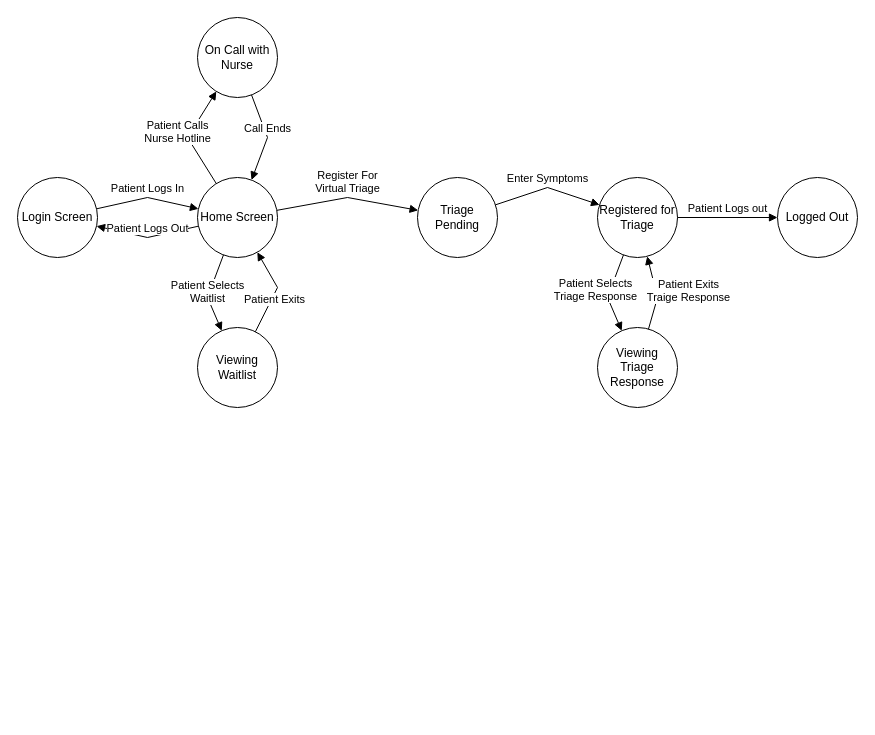
Above: OliverWork/Milestone2/PatientStateDiagram.drawio in SENG-350-2024-fall/Team9 (draw.io), before the change. Source tidied: cells renumbered, new cells numbered last; positions are measured from the earlier drawing's top-left corner, leaving out a move shared by most shapes. Both pictures are drawn from the tidied source at 100%, with x=0, y=0 at pixel (17, 17).
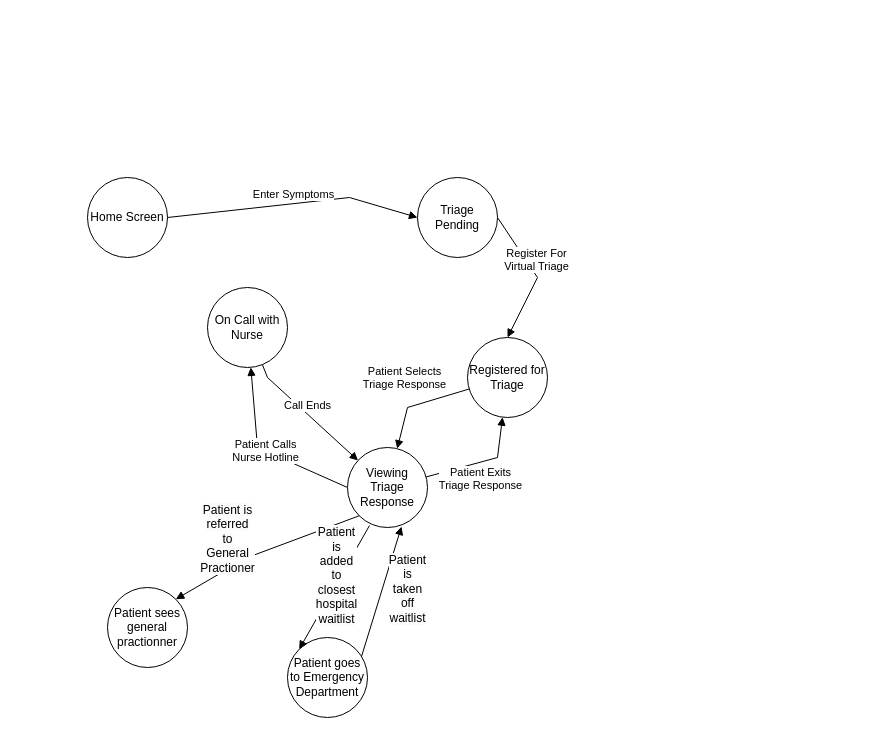
After the change.

Unchanged cells that the change refers to:
```xml
<mxCell id="13" value="Triage Pending" style="ellipse;whiteSpace=wrap;html=1;" parent="1" vertex="1">
  <mxGeometry x="400" y="160" width="80" height="80" as="geometry" />
</mxCell>
```

The edit, as a diff of the source:
```diff
@@
-    <mxCell id="2" value="Login Screen" style="ellipse;whiteSpace=wrap;html=1;" parent="1" vertex="1">
-      <mxGeometry y="160" width="80" height="80" as="geometry" />
-    </mxCell>
     <mxCell id="3" value="Home Screen" style="ellipse;whiteSpace=wrap;html=1;" parent="1" vertex="1">
-      <mxGeometry x="180" y="160" width="80" height="80" as="geometry" />
+      <mxGeometry x="70" y="160" width="80" height="80" as="geometry" />
     </mxCell>
-    <mxCell id="4" value="Patient Logs In" style="html=1;verticalAlign=bottom;endArrow=block;curved=0;rounded=0;" parent="1" edge="1" source="2" target="3">
-      <mxGeometry relative="1" as="geometry">
-        <Array as="points">
-          <mxPoint x="130" y="180" />
-        </Array>
-      </mxGeometry>
-    </mxCell>
-    <mxCell id="5" value="Patient Logs Out" style="html=1;verticalAlign=bottom;endArrow=block;curved=0;rounded=0;" parent="1" edge="1" source="3" target="2">
-      <mxGeometry relative="1" as="geometry">
-        <Array as="points">
-          <mxPoint x="130" y="220" />
-        </Array>
-      </mxGeometry>
-    </mxCell>
-    <mxCell id="6" value="Viewing Waitlist" style="ellipse;whiteSpace=wrap;html=1;" parent="1" vertex="1">
-      <mxGeometry x="180" y="310" width="80" height="80" as="geometry" />
-    </mxCell>
-    <mxCell id="7" value="Patient Selects&lt;div&gt;Waitlist&lt;/div&gt;" style="html=1;verticalAlign=bottom;endArrow=block;curved=0;rounded=0;" parent="1" edge="1" source="3" target="6">
-      <mxGeometry x="0.34" y="-4" relative="1" as="geometry">
-        <Array as="points">
-          <mxPoint x="190" y="280" />
-        </Array>
-      </mxGeometry>
-    </mxCell>
-    <mxCell id="8" value="Patient Exits" style="html=1;verticalAlign=bottom;endArrow=block;curved=0;rounded=0;" parent="1" edge="1" source="6" target="3">
-      <mxGeometry x="-0.35" y="-7" relative="1" as="geometry">
-        <Array as="points">
-          <mxPoint x="260" y="270" />
-        </Array>
-      </mxGeometry>
-    </mxCell>
     <mxCell id="9" value="On Call with Nurse" style="ellipse;whiteSpace=wrap;html=1;" parent="1" vertex="1">
-      <mxGeometry x="180" width="80" height="80" as="geometry" />
+      <mxGeometry x="190" y="270" width="80" height="80" as="geometry" />
     </mxCell>
-    <mxCell id="10" value="Patient Calls&lt;div&gt;Nurse Hotline&lt;/div&gt;" style="html=1;verticalAlign=bottom;endArrow=block;curved=0;rounded=0;" parent="1" edge="1" source="3" target="9">
+    <mxCell id="10" value="Patient Calls&lt;div&gt;Nurse Hotline&lt;/div&gt;" style="html=1;verticalAlign=bottom;endArrow=block;curved=0;rounded=0;exitX=0;exitY=0.5;exitDx=0;exitDy=0;" parent="1" edge="1" source="16" target="9">
       <mxGeometry x="-0.06" y="14" relative="1" as="geometry">
         <Array as="points">
-          <mxPoint x="170" y="120" />
+          <mxPoint x="240" y="430" />
         </Array>
       </mxGeometry>
     </mxCell>
-    <mxCell id="11" value="Call Ends" style="html=1;verticalAlign=bottom;endArrow=block;curved=0;rounded=0;" parent="1" edge="1" source="9" target="3">
+    <mxCell id="11" value="Call Ends" style="html=1;verticalAlign=bottom;endArrow=block;curved=0;rounded=0;" parent="1" edge="1" source="9" target="16">
       <mxGeometry relative="1" as="geometry">
         <Array as="points">
-          <mxPoint x="250" y="120" />
+          <mxPoint x="250" y="360" />
         </Array>
       </mxGeometry>
     </mxCell>
-    <mxCell id="12" value="Register For&lt;div&gt;Virtual Triage&lt;/div&gt;" style="html=1;verticalAlign=bottom;endArrow=block;curved=0;rounded=0;" parent="1" edge="1" source="3" target="13">
+    <mxCell id="12" value="Register For&lt;div&gt;Virtual Triage&lt;/div&gt;" style="html=1;verticalAlign=bottom;endArrow=block;curved=0;rounded=0;exitX=1;exitY=0.5;exitDx=0;exitDy=0;entryX=0.5;entryY=0;entryDx=0;entryDy=0;" parent="1" edge="1" source="13" target="14">
       <mxGeometry relative="1" as="geometry">
         <Array as="points">
-          <mxPoint x="330" y="180" />
+          <mxPoint x="520" y="260" />
         </Array>
       </mxGeometry>
     </mxCell>
@@
     <mxCell id="14" value="Registered for Triage" style="ellipse;whiteSpace=wrap;html=1;" parent="1" vertex="1">
-      <mxGeometry x="580" y="160" width="80" height="80" as="geometry" />
+      <mxGeometry x="450" y="320" width="80" height="80" as="geometry" />
     </mxCell>
-    <mxCell id="15" value="Enter Symptoms" style="html=1;verticalAlign=bottom;endArrow=block;curved=0;rounded=0;" parent="1" edge="1" source="13" target="14">
+    <mxCell id="15" value="Enter Symptoms" style="html=1;verticalAlign=bottom;endArrow=block;curved=0;rounded=0;exitX=1;exitY=0.5;exitDx=0;exitDy=0;entryX=0;entryY=0.5;entryDx=0;entryDy=0;" parent="1" edge="1" source="3" target="13">
       <mxGeometry relative="1" as="geometry">
         <Array as="points">
-          <mxPoint x="530" y="170" />
+          <mxPoint x="332" y="180" />
         </Array>
       </mxGeometry>
     </mxCell>
     <mxCell id="16" value="Viewing Triage Response" style="ellipse;whiteSpace=wrap;html=1;" parent="1" vertex="1">
-      <mxGeometry x="580" y="310" width="80" height="80" as="geometry" />
+      <mxGeometry x="330" y="430" width="80" height="80" as="geometry" />
     </mxCell>
     <mxCell id="17" value="Patient Selects&lt;div&gt;Triage Response&lt;/div&gt;" style="html=1;verticalAlign=bottom;endArrow=block;curved=0;rounded=0;" parent="1" edge="1" source="14" target="16">
       <mxGeometry x="0.18" y="-14" relative="1" as="geometry">
         <Array as="points">
-          <mxPoint x="590" y="280" />
+          <mxPoint x="390" y="390" />
         </Array>
       </mxGeometry>
     </mxCell>
-    <mxCell id="18" value="Patient Exits&lt;div&gt;Traige Response&lt;/div&gt;" style="html=1;verticalAlign=bottom;endArrow=block;curved=0;rounded=0;" parent="1" edge="1" source="16" target="14">
+    <mxCell id="18" value="Patient Exits&lt;div&gt;Triage Response&lt;/div&gt;" style="html=1;verticalAlign=bottom;endArrow=block;curved=0;rounded=0;" parent="1" edge="1" source="16" target="14">
       <mxGeometry x="-0.16" y="-32" relative="1" as="geometry">
         <Array as="points">
-          <mxPoint x="640" y="280" />
+          <mxPoint x="480" y="440" />
         </Array>
         <mxPoint y="-1" as="offset" />
       </mxGeometry>
     </mxCell>
-    <mxCell id="19" value="Logged Out" style="ellipse;whiteSpace=wrap;html=1;" parent="1" vertex="1">
-      <mxGeometry x="760" y="160" width="80" height="80" as="geometry" />
-    </mxCell>
-    <mxCell id="20" value="Patient Logs out" style="html=1;verticalAlign=bottom;endArrow=block;curved=0;rounded=0;" parent="1" edge="1" source="14" target="19">
-      <mxGeometry relative="1" as="geometry" />
-    </mxCell>
+    <mxCell id="21" value="Patient sees general practionner" style="ellipse;whiteSpace=wrap;html=1;" parent="1" vertex="1">
+      <mxGeometry x="90" y="570" width="80" height="80" as="geometry" />
+    </mxCell>
+    <mxCell id="22" value="&lt;span style=&quot;font-size: 12px; text-wrap-mode: wrap; background-color: rgb(251, 251, 251);&quot;&gt;Patient is referred to General Practioner&lt;/span&gt;" style="html=1;verticalAlign=bottom;endArrow=block;curved=0;rounded=0;exitX=0;exitY=1;exitDx=0;exitDy=0;entryX=1;entryY=0;entryDx=0;entryDy=0;" parent="1" edge="1" source="16" target="21">
+      <mxGeometry x="0.45" y="7" relative="1" as="geometry">
+        <Array as="points">
+          <mxPoint x="230" y="540" />
+        </Array>
+      </mxGeometry>
+    </mxCell>
+    <mxCell id="23" value="Patient goes to Emergency Department" style="ellipse;whiteSpace=wrap;html=1;" parent="1" vertex="1">
+      <mxGeometry x="270" y="620" width="80" height="80" as="geometry" />
+    </mxCell>
+    <mxCell id="24" value="&lt;span style=&quot;font-size: 12px; text-wrap-mode: wrap; background-color: rgb(251, 251, 251);&quot;&gt;Patient is added to closest hospital waitlist&lt;/span&gt;" style="html=1;verticalAlign=bottom;endArrow=block;curved=0;rounded=0;exitX=0;exitY=1;exitDx=0;exitDy=0;entryX=0;entryY=0;entryDx=0;entryDy=0;" parent="1" edge="1" target="23">
+      <mxGeometry x="0.47" y="23" relative="1" as="geometry">
+        <mxPoint x="352" y="508" as="sourcePoint" />
+        <mxPoint x="-1" as="offset" />
+      </mxGeometry>
+    </mxCell>
+    <mxCell id="25" value="&lt;span style=&quot;font-size: 12px; text-wrap-mode: wrap; background-color: rgb(251, 251, 251);&quot;&gt;Patient is taken off waitlist&lt;/span&gt;" style="html=1;verticalAlign=bottom;endArrow=block;curved=0;rounded=0;exitX=0.925;exitY=0.238;exitDx=0;exitDy=0;entryX=0.675;entryY=0.988;entryDx=0;entryDy=0;entryPerimeter=0;exitPerimeter=0;" parent="1" edge="1" source="23" target="16">
+      <mxGeometry x="-0.39" y="-35" relative="1" as="geometry" />
+    </mxCell>
```
